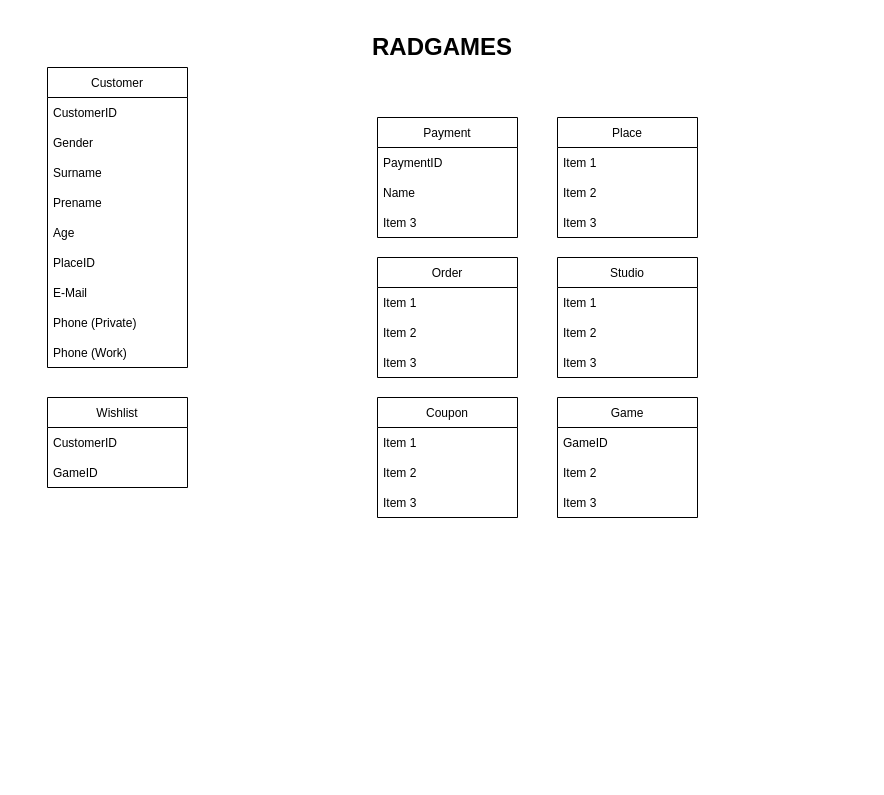
Earlier version of the draw.io diagram Konzepte/Konzeptionelles_Datenmodell.drawio (TD99/gibb-m164). Source tidied: cells renumbered, new cells numbered last; positions are measured from the earlier drawing's top-left corner, leaving out a move shared by most shapes. Both pictures are drawn from the tidied source at 100%, with x=0, y=0 at pixel (17, 27).
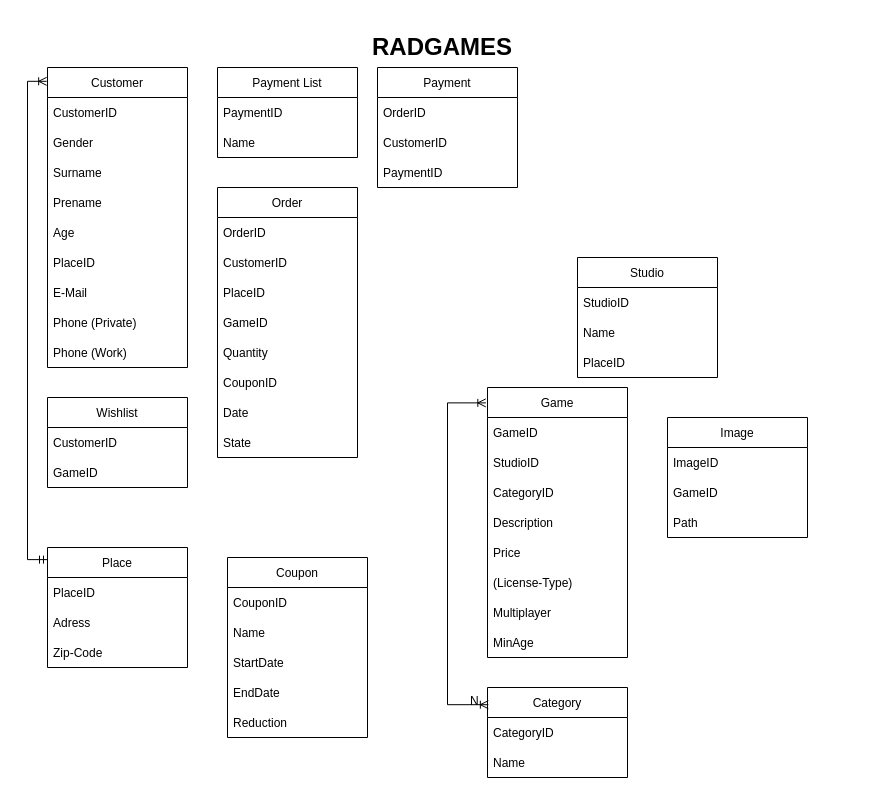
Above is the later version.

The change refers to these unchanged cells:
```xml
<mxCell id="2" value="Customer" style="swimlane;fontStyle=0;horizontal=1;startSize=30;" parent="1" vertex="1">
  <mxGeometry x="30" y="40" width="140" height="300" as="geometry" />
</mxCell>
```

Change to the diagram source:
```diff
@@
     <mxCell id="12" value="Order" style="swimlane;fontStyle=0;horizontal=1;startSize=30;" parent="1" vertex="1">
-      <mxGeometry x="360" y="230" width="140" height="120" as="geometry" />
+      <mxGeometry x="200" y="160" width="140" height="270" as="geometry" />
     </mxCell>
-    <mxCell id="13" value="Item 1" style="text;strokeColor=none;fillColor=none;align=left;verticalAlign=middle;spacingLeft=4;spacingRight=4;overflow=hidden;" parent="12" vertex="1">
+    <mxCell id="13" value="OrderID" style="text;strokeColor=none;fillColor=none;align=left;verticalAlign=middle;spacingLeft=4;spacingRight=4;overflow=hidden;" parent="12" vertex="1">
       <mxGeometry y="30" width="140" height="30" as="geometry" />
     </mxCell>
-    <mxCell id="14" value="Item 2" style="text;strokeColor=none;fillColor=none;align=left;verticalAlign=middle;spacingLeft=4;spacingRight=4;overflow=hidden;" parent="12" vertex="1">
+    <mxCell id="14" value="CustomerID" style="text;strokeColor=none;fillColor=none;align=left;verticalAlign=middle;spacingLeft=4;spacingRight=4;overflow=hidden;" parent="12" vertex="1">
       <mxGeometry y="60" width="140" height="30" as="geometry" />
     </mxCell>
-    <mxCell id="15" value="Item 3" style="text;strokeColor=none;fillColor=none;align=left;verticalAlign=middle;spacingLeft=4;spacingRight=4;overflow=hidden;" parent="12" vertex="1">
+    <mxCell id="15" value="PlaceID" style="text;strokeColor=none;fillColor=none;align=left;verticalAlign=middle;spacingLeft=4;spacingRight=4;overflow=hidden;" parent="12" vertex="1">
       <mxGeometry y="90" width="140" height="30" as="geometry" />
     </mxCell>
+    <mxCell id="40" value="GameID" style="text;strokeColor=none;fillColor=none;align=left;verticalAlign=middle;spacingLeft=4;spacingRight=4;overflow=hidden;" parent="12" vertex="1">
+      <mxGeometry y="120" width="140" height="30" as="geometry" />
+    </mxCell>
+    <mxCell id="41" value="Quantity" style="text;strokeColor=none;fillColor=none;align=left;verticalAlign=middle;spacingLeft=4;spacingRight=4;overflow=hidden;" parent="12" vertex="1">
+      <mxGeometry y="150" width="140" height="30" as="geometry" />
+    </mxCell>
+    <mxCell id="42" value="CouponID" style="text;strokeColor=none;fillColor=none;align=left;verticalAlign=middle;spacingLeft=4;spacingRight=4;overflow=hidden;" parent="12" vertex="1">
+      <mxGeometry y="180" width="140" height="30" as="geometry" />
+    </mxCell>
+    <mxCell id="43" value="Date" style="text;strokeColor=none;fillColor=none;align=left;verticalAlign=middle;spacingLeft=4;spacingRight=4;overflow=hidden;" parent="12" vertex="1">
+      <mxGeometry y="210" width="140" height="30" as="geometry" />
+    </mxCell>
+    <mxCell id="44" value="State" style="text;strokeColor=none;fillColor=none;align=left;verticalAlign=middle;spacingLeft=4;spacingRight=4;overflow=hidden;" parent="12" vertex="1">
+      <mxGeometry y="240" width="140" height="30" as="geometry" />
+    </mxCell>
     <mxCell id="16" value="Payment" style="swimlane;fontStyle=0;horizontal=1;startSize=30;" parent="1" vertex="1">
-      <mxGeometry x="360" y="90" width="140" height="120" as="geometry" />
+      <mxGeometry x="360" y="40" width="140" height="120" as="geometry" />
     </mxCell>
-    <mxCell id="17" value="PaymentID" style="text;strokeColor=none;fillColor=none;align=left;verticalAlign=middle;spacingLeft=4;spacingRight=4;overflow=hidden;" parent="16" vertex="1">
+    <mxCell id="17" value="OrderID" style="text;strokeColor=none;fillColor=none;align=left;verticalAlign=middle;spacingLeft=4;spacingRight=4;overflow=hidden;" parent="16" vertex="1">
       <mxGeometry y="30" width="140" height="30" as="geometry" />
     </mxCell>
-    <mxCell id="18" value="Name" style="text;strokeColor=none;fillColor=none;align=left;verticalAlign=middle;spacingLeft=4;spacingRight=4;overflow=hidden;" parent="16" vertex="1">
+    <mxCell id="18" value="CustomerID" style="text;strokeColor=none;fillColor=none;align=left;verticalAlign=middle;spacingLeft=4;spacingRight=4;overflow=hidden;" parent="16" vertex="1">
       <mxGeometry y="60" width="140" height="30" as="geometry" />
     </mxCell>
-    <mxCell id="19" value="Item 3" style="text;strokeColor=none;fillColor=none;align=left;verticalAlign=middle;spacingLeft=4;spacingRight=4;overflow=hidden;" parent="16" vertex="1">
+    <mxCell id="19" value="PaymentID" style="text;strokeColor=none;fillColor=none;align=left;verticalAlign=middle;spacingLeft=4;spacingRight=4;overflow=hidden;" parent="16" vertex="1">
       <mxGeometry y="90" width="140" height="30" as="geometry" />
     </mxCell>
     <mxCell id="20" value="Coupon" style="swimlane;fontStyle=0;horizontal=1;startSize=30;" parent="1" vertex="1">
-      <mxGeometry x="360" y="370" width="140" height="120" as="geometry" />
+      <mxGeometry x="210" y="530" width="140" height="180" as="geometry" />
     </mxCell>
-    <mxCell id="21" value="Item 1" style="text;strokeColor=none;fillColor=none;align=left;verticalAlign=middle;spacingLeft=4;spacingRight=4;overflow=hidden;" parent="20" vertex="1">
+    <mxCell id="21" value="CouponID" style="text;strokeColor=none;fillColor=none;align=left;verticalAlign=middle;spacingLeft=4;spacingRight=4;overflow=hidden;" parent="20" vertex="1">
       <mxGeometry y="30" width="140" height="30" as="geometry" />
     </mxCell>
+    <mxCell id="45" value="Name" style="text;strokeColor=none;fillColor=none;align=left;verticalAlign=middle;spacingLeft=4;spacingRight=4;overflow=hidden;" parent="20" vertex="1">
+      <mxGeometry y="60" width="140" height="30" as="geometry" />
+    </mxCell>
-    <mxCell id="22" value="Item 2" style="text;strokeColor=none;fillColor=none;align=left;verticalAlign=middle;spacingLeft=4;spacingRight=4;overflow=hidden;" parent="20" vertex="1">
-      <mxGeometry y="60" width="140" height="30" as="geometry" />
+    <mxCell id="22" value="StartDate" style="text;strokeColor=none;fillColor=none;align=left;verticalAlign=middle;spacingLeft=4;spacingRight=4;overflow=hidden;" parent="20" vertex="1">
+      <mxGeometry y="90" width="140" height="30" as="geometry" />
     </mxCell>
-    <mxCell id="23" value="Item 3" style="text;strokeColor=none;fillColor=none;align=left;verticalAlign=middle;spacingLeft=4;spacingRight=4;overflow=hidden;" parent="20" vertex="1">
-      <mxGeometry y="90" width="140" height="30" as="geometry" />
+    <mxCell id="23" value="EndDate" style="text;strokeColor=none;fillColor=none;align=left;verticalAlign=middle;spacingLeft=4;spacingRight=4;overflow=hidden;" parent="20" vertex="1">
+      <mxGeometry y="120" width="140" height="30" as="geometry" />
     </mxCell>
+    <mxCell id="46" value="Reduction" style="text;strokeColor=none;fillColor=none;align=left;verticalAlign=middle;spacingLeft=4;spacingRight=4;overflow=hidden;" parent="20" vertex="1">
+      <mxGeometry y="150" width="140" height="30" as="geometry" />
+    </mxCell>
     <mxCell id="24" value="Studio" style="swimlane;fontStyle=0;horizontal=1;startSize=30;" parent="1" vertex="1">
-      <mxGeometry x="540" y="230" width="140" height="120" as="geometry" />
+      <mxGeometry x="560" y="230" width="140" height="120" as="geometry" />
     </mxCell>
-    <mxCell id="25" value="Item 1" style="text;strokeColor=none;fillColor=none;align=left;verticalAlign=middle;spacingLeft=4;spacingRight=4;overflow=hidden;" parent="24" vertex="1">
+    <mxCell id="25" value="StudioID" style="text;strokeColor=none;fillColor=none;align=left;verticalAlign=middle;spacingLeft=4;spacingRight=4;overflow=hidden;" parent="24" vertex="1">
       <mxGeometry y="30" width="140" height="30" as="geometry" />
     </mxCell>
+    <mxCell id="27" value="Name" style="text;strokeColor=none;fillColor=none;align=left;verticalAlign=middle;spacingLeft=4;spacingRight=4;overflow=hidden;" parent="24" vertex="1">
+      <mxGeometry y="60" width="140" height="30" as="geometry" />
+    </mxCell>
-    <mxCell id="26" value="Item 2" style="text;strokeColor=none;fillColor=none;align=left;verticalAlign=middle;spacingLeft=4;spacingRight=4;overflow=hidden;" parent="24" vertex="1">
-      <mxGeometry y="60" width="140" height="30" as="geometry" />
+    <mxCell id="26" value="PlaceID" style="text;strokeColor=none;fillColor=none;align=left;verticalAlign=middle;spacingLeft=4;spacingRight=4;overflow=hidden;" parent="24" vertex="1">
+      <mxGeometry y="90" width="140" height="30" as="geometry" />
     </mxCell>
-    <mxCell id="27" value="Item 3" style="text;strokeColor=none;fillColor=none;align=left;verticalAlign=middle;spacingLeft=4;spacingRight=4;overflow=hidden;" parent="24" vertex="1">
-      <mxGeometry y="90" width="140" height="30" as="geometry" />
-    </mxCell>
@@
     <mxCell id="32" value="Place" style="swimlane;fontStyle=0;horizontal=1;startSize=30;" parent="1" vertex="1">
-      <mxGeometry x="540" y="90" width="140" height="120" as="geometry" />
+      <mxGeometry x="30" y="520" width="140" height="120" as="geometry" />
     </mxCell>
-    <mxCell id="33" value="Item 1" style="text;strokeColor=none;fillColor=none;align=left;verticalAlign=middle;spacingLeft=4;spacingRight=4;overflow=hidden;" parent="32" vertex="1">
+    <mxCell id="33" value="PlaceID" style="text;strokeColor=none;fillColor=none;align=left;verticalAlign=middle;spacingLeft=4;spacingRight=4;overflow=hidden;" parent="32" vertex="1">
       <mxGeometry y="30" width="140" height="30" as="geometry" />
     </mxCell>
-    <mxCell id="34" value="Item 2" style="text;strokeColor=none;fillColor=none;align=left;verticalAlign=middle;spacingLeft=4;spacingRight=4;overflow=hidden;" parent="32" vertex="1">
+    <mxCell id="34" value="Adress" style="text;strokeColor=none;fillColor=none;align=left;verticalAlign=middle;spacingLeft=4;spacingRight=4;overflow=hidden;" parent="32" vertex="1">
       <mxGeometry y="60" width="140" height="30" as="geometry" />
     </mxCell>
-    <mxCell id="35" value="Item 3" style="text;strokeColor=none;fillColor=none;align=left;verticalAlign=middle;spacingLeft=4;spacingRight=4;overflow=hidden;" parent="32" vertex="1">
+    <mxCell id="35" value="Zip-Code" style="text;strokeColor=none;fillColor=none;align=left;verticalAlign=middle;spacingLeft=4;spacingRight=4;overflow=hidden;" parent="32" vertex="1">
       <mxGeometry y="90" width="140" height="30" as="geometry" />
     </mxCell>
     <mxCell id="36" value="Game" style="swimlane;fontStyle=0;horizontal=1;startSize=30;" parent="1" vertex="1">
-      <mxGeometry x="540" y="370" width="140" height="120" as="geometry" />
+      <mxGeometry x="470" y="360" width="140" height="270" as="geometry" />
     </mxCell>
@@
-    <mxCell id="38" value="Item 2" style="text;strokeColor=none;fillColor=none;align=left;verticalAlign=middle;spacingLeft=4;spacingRight=4;overflow=hidden;" parent="36" vertex="1">
+    <mxCell id="38" value="StudioID" style="text;strokeColor=none;fillColor=none;align=left;verticalAlign=middle;spacingLeft=4;spacingRight=4;overflow=hidden;" parent="36" vertex="1">
       <mxGeometry y="60" width="140" height="30" as="geometry" />
     </mxCell>
-    <mxCell id="39" value="Item 3" style="text;strokeColor=none;fillColor=none;align=left;verticalAlign=middle;spacingLeft=4;spacingRight=4;overflow=hidden;" parent="36" vertex="1">
+    <mxCell id="39" value="CategoryID" style="text;strokeColor=none;fillColor=none;align=left;verticalAlign=middle;spacingLeft=4;spacingRight=4;overflow=hidden;" parent="36" vertex="1">
       <mxGeometry y="90" width="140" height="30" as="geometry" />
     </mxCell>
+    <mxCell id="47" value="Description" style="text;strokeColor=none;fillColor=none;align=left;verticalAlign=middle;spacingLeft=4;spacingRight=4;overflow=hidden;" parent="36" vertex="1">
+      <mxGeometry y="120" width="140" height="30" as="geometry" />
+    </mxCell>
+    <mxCell id="48" value="Price" style="text;strokeColor=none;fillColor=none;align=left;verticalAlign=middle;spacingLeft=4;spacingRight=4;overflow=hidden;" parent="36" vertex="1">
+      <mxGeometry y="150" width="140" height="30" as="geometry" />
+    </mxCell>
+    <mxCell id="49" value="(License-Type)" style="text;strokeColor=none;fillColor=none;align=left;verticalAlign=middle;spacingLeft=4;spacingRight=4;overflow=hidden;" parent="36" vertex="1">
+      <mxGeometry y="180" width="140" height="30" as="geometry" />
+    </mxCell>
+    <mxCell id="50" value="Multiplayer" style="text;strokeColor=none;fillColor=none;align=left;verticalAlign=middle;spacingLeft=4;spacingRight=4;overflow=hidden;" parent="36" vertex="1">
+      <mxGeometry y="210" width="140" height="30" as="geometry" />
+    </mxCell>
+    <mxCell id="51" value="MinAge" style="text;strokeColor=none;fillColor=none;align=left;verticalAlign=middle;spacingLeft=4;spacingRight=4;overflow=hidden;" parent="36" vertex="1">
+      <mxGeometry y="240" width="140" height="30" as="geometry" />
+    </mxCell>
+    <mxCell id="52" value="Payment List" style="swimlane;fontStyle=0;horizontal=1;startSize=30;" parent="1" vertex="1">
+      <mxGeometry x="200" y="40" width="140" height="90" as="geometry" />
+    </mxCell>
+    <mxCell id="53" value="PaymentID" style="text;strokeColor=none;fillColor=none;align=left;verticalAlign=middle;spacingLeft=4;spacingRight=4;overflow=hidden;" parent="52" vertex="1">
+      <mxGeometry y="30" width="140" height="30" as="geometry" />
+    </mxCell>
+    <mxCell id="54" value="Name" style="text;strokeColor=none;fillColor=none;align=left;verticalAlign=middle;spacingLeft=4;spacingRight=4;overflow=hidden;" parent="52" vertex="1">
+      <mxGeometry y="60" width="140" height="30" as="geometry" />
+    </mxCell>
+    <mxCell id="55" value="Category" style="swimlane;fontStyle=0;horizontal=1;startSize=30;" parent="1" vertex="1">
+      <mxGeometry x="470" y="660" width="140" height="90" as="geometry" />
+    </mxCell>
+    <mxCell id="56" value="CategoryID" style="text;strokeColor=none;fillColor=none;align=left;verticalAlign=middle;spacingLeft=4;spacingRight=4;overflow=hidden;" parent="55" vertex="1">
+      <mxGeometry y="30" width="140" height="30" as="geometry" />
+    </mxCell>
+    <mxCell id="57" value="Name" style="text;strokeColor=none;fillColor=none;align=left;verticalAlign=middle;spacingLeft=4;spacingRight=4;overflow=hidden;" parent="55" vertex="1">
+      <mxGeometry y="60" width="140" height="30" as="geometry" />
+    </mxCell>
+    <mxCell id="58" style="rounded=0;jettySize=auto;html=1;startArrow=ERmandOne;startFill=0;endArrow=ERoneToMany;endFill=0;edgeStyle=elbowEdgeStyle;entryX=-0.006;entryY=0.046;entryDx=0;entryDy=0;entryPerimeter=0;exitX=0;exitY=0.101;exitDx=0;exitDy=0;exitPerimeter=0;" parent="1" edge="1" source="32" target="2">
+      <mxGeometry relative="1" as="geometry">
+        <Array as="points">
+          <mxPoint x="10" y="280" />
+        </Array>
+      </mxGeometry>
+    </mxCell>
+    <mxCell id="59" style="endArrow=ERoneToMany;html=1;rounded=0;edgeStyle=elbowEdgeStyle;entryX=-0.012;entryY=0.057;entryDx=0;entryDy=0;endFill=0;startArrow=ERoneToMany;startFill=0;exitX=0.006;exitY=0.191;exitDx=0;exitDy=0;exitPerimeter=0;entryPerimeter=0;" parent="1" edge="1" source="55" target="36">
+      <mxGeometry relative="1" as="geometry">
+        <Array as="points">
+          <mxPoint x="430" y="630" />
+          <mxPoint x="530" y="520" />
+          <mxPoint x="400" y="575" />
+        </Array>
+      </mxGeometry>
+    </mxCell>
+    <mxCell id="60" value="N" style="html=1;align=left;verticalAlign=bottom;" parent="59" vertex="1">
+      <mxGeometry x="-1" relative="1" as="geometry">
+        <mxPoint x="-20" y="5" as="offset" />
+      </mxGeometry>
+    </mxCell>
+    <mxCell id="61" value="Image" style="swimlane;fontStyle=0;horizontal=1;startSize=30;" parent="1" vertex="1">
+      <mxGeometry x="650" y="390" width="140" height="120" as="geometry" />
+    </mxCell>
+    <mxCell id="62" value="ImageID" style="text;strokeColor=none;fillColor=none;align=left;verticalAlign=middle;spacingLeft=4;spacingRight=4;overflow=hidden;" parent="61" vertex="1">
+      <mxGeometry y="30" width="140" height="30" as="geometry" />
+    </mxCell>
+    <mxCell id="63" value="GameID" style="text;strokeColor=none;fillColor=none;align=left;verticalAlign=middle;spacingLeft=4;spacingRight=4;overflow=hidden;" parent="61" vertex="1">
+      <mxGeometry y="60" width="140" height="30" as="geometry" />
+    </mxCell>
+    <mxCell id="64" value="Path" style="text;strokeColor=none;fillColor=none;align=left;verticalAlign=middle;spacingLeft=4;spacingRight=4;overflow=hidden;" parent="61" vertex="1">
+      <mxGeometry y="90" width="140" height="30" as="geometry" />
+    </mxCell>
```
